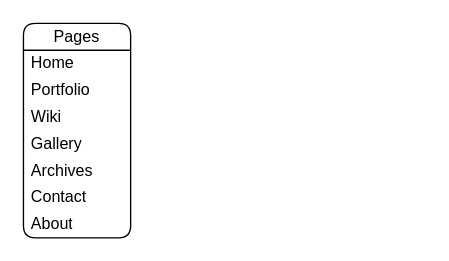
Earlier version of the draw.io diagram page "> Pages <" (1 of 6) of Documents/Layout.drawio (XCR1793/FeatherForge-Website). Source tidied: cells renumbered, new cells numbered last; positions are measured from the earlier drawing's top-left corner, leaving out a move shared by most shapes. Both pictures are drawn from the tidied source at 134%, with x=0, y=0 at pixel (23, 23).
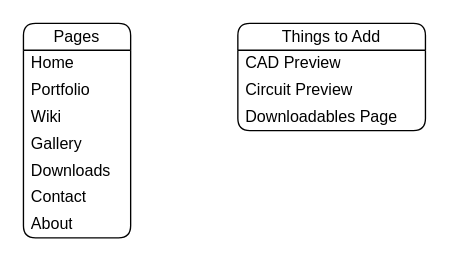
Above is the later version.

Commit message (it also covers changes not shown here):
Added Downloads Page Ideation

Change to the diagram source:
```diff
@@
 <mxGraphModel>
   <root>
     <mxCell id="0" />
     <mxCell id="1" parent="0" />
     <mxCell id="2" value="Pages" style="swimlane;fontStyle=0;horizontal=1;startSize=20;whiteSpace=wrap;html=1;rounded=1;" parent="1" vertex="1">
       <mxGeometry width="80" height="160" as="geometry" />
     </mxCell>
     <mxCell id="3" value="Home" style="text;strokeColor=none;fillColor=none;align=left;verticalAlign=middle;spacingLeft=4;spacingRight=4;overflow=hidden;whiteSpace=wrap;html=1;" parent="2" vertex="1">
       <mxGeometry y="20" width="80" height="20" as="geometry" />
     </mxCell>
     <mxCell id="4" value="Portfolio" style="text;strokeColor=none;fillColor=none;align=left;verticalAlign=middle;spacingLeft=4;spacingRight=4;overflow=hidden;whiteSpace=wrap;html=1;" parent="2" vertex="1">
       <mxGeometry y="40" width="80" height="20" as="geometry" />
     </mxCell>
     <mxCell id="5" value="Wiki" style="text;strokeColor=none;fillColor=none;align=left;verticalAlign=middle;spacingLeft=4;spacingRight=4;overflow=hidden;whiteSpace=wrap;html=1;" parent="2" vertex="1">
       <mxGeometry y="60" width="80" height="20" as="geometry" />
     </mxCell>
     <mxCell id="6" value="Gallery" style="text;strokeColor=none;fillColor=none;align=left;verticalAlign=middle;spacingLeft=4;spacingRight=4;overflow=hidden;whiteSpace=wrap;html=1;" parent="2" vertex="1">
       <mxGeometry y="80" width="80" height="20" as="geometry" />
     </mxCell>
-    <mxCell id="7" value="Archives" style="text;strokeColor=none;fillColor=none;align=left;verticalAlign=middle;spacingLeft=4;spacingRight=4;overflow=hidden;whiteSpace=wrap;html=1;" parent="2" vertex="1">
+    <mxCell id="7" value="Downloads" style="text;strokeColor=none;fillColor=none;align=left;verticalAlign=middle;spacingLeft=4;spacingRight=4;overflow=hidden;whiteSpace=wrap;html=1;" parent="2" vertex="1">
       <mxGeometry y="100" width="80" height="20" as="geometry" />
     </mxCell>
     <mxCell id="8" value="Contact" style="text;strokeColor=none;fillColor=none;align=left;verticalAlign=middle;spacingLeft=4;spacingRight=4;overflow=hidden;whiteSpace=wrap;html=1;" parent="2" vertex="1">
       <mxGeometry y="120" width="80" height="20" as="geometry" />
     </mxCell>
     <mxCell id="9" value="About" style="text;strokeColor=none;fillColor=none;align=left;verticalAlign=middle;spacingLeft=4;spacingRight=4;overflow=hidden;whiteSpace=wrap;html=1;" parent="2" vertex="1">
       <mxGeometry y="140" width="80" height="20" as="geometry" />
     </mxCell>
+    <mxCell id="10" value="Things to Add" style="swimlane;fontStyle=0;horizontal=1;startSize=20;whiteSpace=wrap;html=1;rounded=1;" parent="1" vertex="1">
+      <mxGeometry x="160" width="140" height="80" as="geometry" />
+    </mxCell>
+    <mxCell id="11" value="CAD Preview" style="text;strokeColor=none;fillColor=none;align=left;verticalAlign=middle;spacingLeft=4;spacingRight=4;overflow=hidden;whiteSpace=wrap;html=1;" parent="10" vertex="1">
+      <mxGeometry y="20" width="140" height="20" as="geometry" />
+    </mxCell>
+    <mxCell id="12" value="Circuit Preview" style="text;strokeColor=none;fillColor=none;align=left;verticalAlign=middle;spacingLeft=4;spacingRight=4;overflow=hidden;whiteSpace=wrap;html=1;" parent="10" vertex="1">
+      <mxGeometry y="40" width="140" height="20" as="geometry" />
+    </mxCell>
+    <mxCell id="13" value="Downloadables Page" style="text;strokeColor=none;fillColor=none;align=left;verticalAlign=middle;spacingLeft=4;spacingRight=4;overflow=hidden;whiteSpace=wrap;html=1;" parent="10" vertex="1">
+      <mxGeometry y="60" width="140" height="20" as="geometry" />
+    </mxCell>
   </root>
 </mxGraphModel>
```
